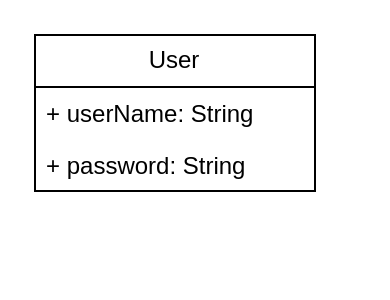
This is class1.drawio from Holy0343/Product1, a draw.io file, before an edit. Source tidied: cells renumbered, new cells numbered last; positions are measured from the earlier drawing's top-left corner, leaving out a move shared by most shapes. Both pictures are drawn from the tidied source at 200%, with x=0, y=0 at pixel (34, 34).
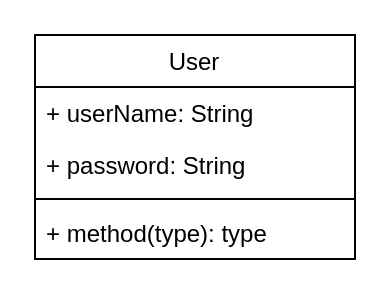
After the change.

Commit message (it also covers changes not shown here):
class1.drawio を更新します

Diff of the diagram source:
```diff
@@
 <mxGraphModel>
   <root>
     <mxCell id="0" />
     <mxCell id="1" parent="0" />
-    <mxCell id="2" value="User" style="swimlane;fontStyle=0;horizontal=1;startSize=26;fillColor=none;whiteSpace=wrap;html=1;" parent="1" vertex="1">
-      <mxGeometry width="140" height="78" as="geometry" />
+    <mxCell id="2" value="&lt;span style=&quot;font-weight: 400;&quot;&gt;User&lt;/span&gt;" style="swimlane;fontStyle=1;align=center;verticalAlign=top;horizontal=1;startSize=26;whiteSpace=wrap;html=1;" parent="1" vertex="1">
+      <mxGeometry width="160" height="112" as="geometry" />
     </mxCell>
     <mxCell id="3" value="+ userName: String" style="text;strokeColor=none;fillColor=none;align=left;verticalAlign=top;spacingLeft=4;spacingRight=4;overflow=hidden;whiteSpace=wrap;html=1;" parent="2" vertex="1">
-      <mxGeometry y="26" width="140" height="26" as="geometry" />
+      <mxGeometry y="26" width="160" height="26" as="geometry" />
     </mxCell>
     <mxCell id="4" value="+ password: String&amp;nbsp;" style="text;strokeColor=none;fillColor=none;align=left;verticalAlign=top;spacingLeft=4;spacingRight=4;overflow=hidden;whiteSpace=wrap;html=1;" parent="2" vertex="1">
-      <mxGeometry y="52" width="140" height="26" as="geometry" />
+      <mxGeometry y="52" width="160" height="26" as="geometry" />
     </mxCell>
+    <mxCell id="5" style="line;strokeWidth=1;fillColor=none;align=left;verticalAlign=middle;spacingTop=-1;spacingLeft=3;spacingRight=3;labelPosition=right;strokeColor=inherit;" parent="2" vertex="1">
+      <mxGeometry y="78" width="160" height="8" as="geometry" />
+    </mxCell>
+    <mxCell id="6" value="+ method(type): type" style="text;strokeColor=none;fillColor=none;align=left;verticalAlign=top;spacingLeft=4;spacingRight=4;overflow=hidden;whiteSpace=wrap;html=1;" parent="2" vertex="1">
+      <mxGeometry y="86" width="160" height="26" as="geometry" />
+    </mxCell>
   </root>
 </mxGraphModel>
```
